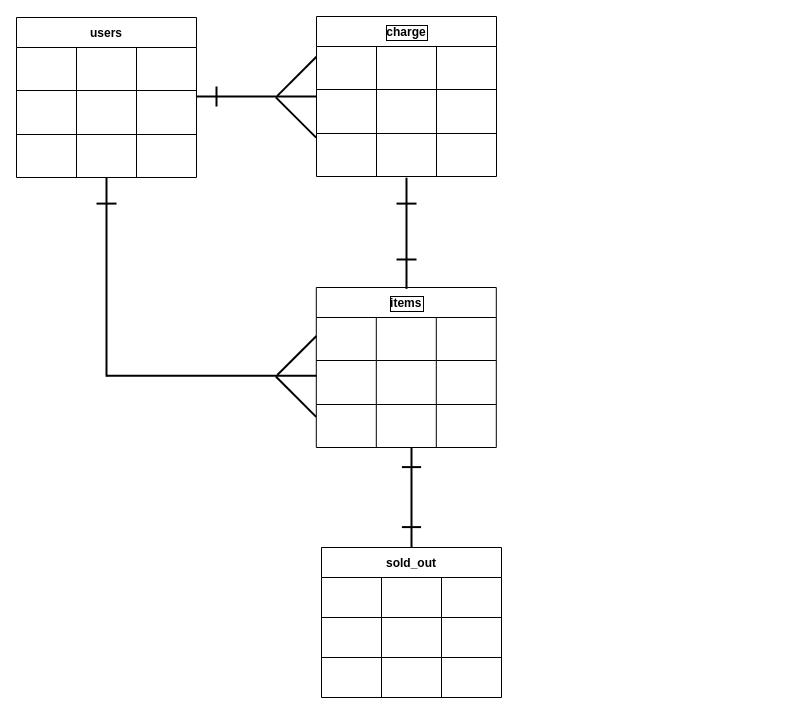
TygFF11/furima-37250 keeps this draw.io diagram as test.dio. Above is the earlier version. Source tidied: cells renumbered, new cells numbered last; positions are measured from the earlier drawing's top-left corner, leaving out a move shared by most shapes. Both pictures are drawn from the tidied source at 100%, with x=0, y=0 at pixel (16, 16).
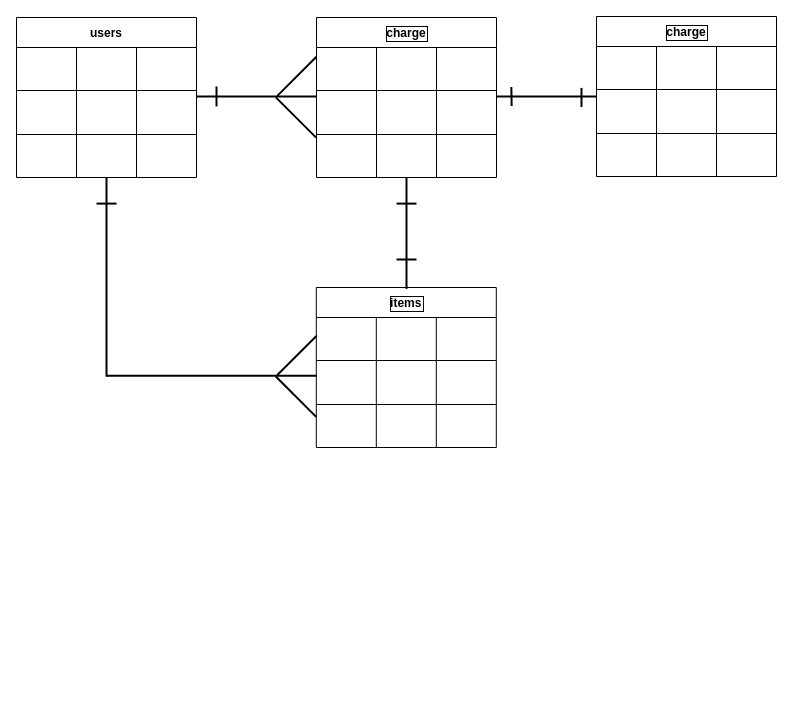
Above is the later version.

Commit message:
データベース設計　続き

Change to the diagram source:
```diff
@@
     <mxCell id="29" value="charge" style="shape=table;startSize=30;childLayout=tableLayout;fontStyle=1;align=center;labelBorderColor=#000000;" parent="1" vertex="1">
-      <mxGeometry x="300" width="180" height="160" as="geometry" />
+      <mxGeometry x="300" y="1" width="180" height="160" as="geometry" />
     </mxCell>
@@
-    <mxCell id="53" value="sold_out" style="shape=table;startSize=30;childLayout=tableLayout;fontStyle=1;align=center;" parent="1" vertex="1">
-      <mxGeometry x="305" y="531" width="180" height="150" as="geometry" />
-    </mxCell>
-    <mxCell id="54" style="shape=partialRectangle;html=1;whiteSpace=wrap;fillColor=none;top=0;left=0;bottom=0;right=0;" parent="53" vertex="1">
-      <mxGeometry y="30" width="180" height="40" as="geometry" />
-    </mxCell>
-    <mxCell id="55" style="shape=partialRectangle;html=1;whiteSpace=wrap;fillColor=none;top=0;left=0;bottom=0;right=0;overflow=hidden;" parent="54" vertex="1">
-      <mxGeometry width="60" height="40" as="geometry" />
-    </mxCell>
-    <mxCell id="56" style="shape=partialRectangle;html=1;whiteSpace=wrap;fillColor=none;top=0;left=0;bottom=0;right=0;overflow=hidden;" parent="54" vertex="1">
-      <mxGeometry x="60" width="60" height="40" as="geometry" />
-    </mxCell>
-    <mxCell id="57" style="shape=partialRectangle;html=1;whiteSpace=wrap;fillColor=none;top=0;left=0;bottom=0;right=0;overflow=hidden;" parent="54" vertex="1">
-      <mxGeometry x="120" width="60" height="40" as="geometry" />
-    </mxCell>
-    <mxCell id="58" style="shape=partialRectangle;html=1;whiteSpace=wrap;fillColor=none;top=0;left=0;bottom=0;right=0;" parent="53" vertex="1">
-      <mxGeometry y="70" width="180" height="40" as="geometry" />
-    </mxCell>
-    <mxCell id="59" style="shape=partialRectangle;html=1;whiteSpace=wrap;fillColor=none;top=0;left=0;bottom=0;right=0;overflow=hidden;" parent="58" vertex="1">
-      <mxGeometry width="60" height="40" as="geometry" />
-    </mxCell>
-    <mxCell id="60" style="shape=partialRectangle;html=1;whiteSpace=wrap;fillColor=none;top=0;left=0;bottom=0;right=0;overflow=hidden;" parent="58" vertex="1">
-      <mxGeometry x="60" width="60" height="40" as="geometry" />
-    </mxCell>
-    <mxCell id="61" style="shape=partialRectangle;html=1;whiteSpace=wrap;fillColor=none;top=0;left=0;bottom=0;right=0;overflow=hidden;" parent="58" vertex="1">
-      <mxGeometry x="120" width="60" height="40" as="geometry" />
-    </mxCell>
-    <mxCell id="62" style="shape=partialRectangle;html=1;whiteSpace=wrap;fillColor=none;top=0;left=0;bottom=0;right=0;" parent="53" vertex="1">
-      <mxGeometry y="110" width="180" height="40" as="geometry" />
-    </mxCell>
-    <mxCell id="63" style="shape=partialRectangle;html=1;whiteSpace=wrap;fillColor=none;top=0;left=0;bottom=0;right=0;overflow=hidden;" parent="62" vertex="1">
-      <mxGeometry width="60" height="40" as="geometry" />
-    </mxCell>
-    <mxCell id="64" style="shape=partialRectangle;html=1;whiteSpace=wrap;fillColor=none;top=0;left=0;bottom=0;right=0;overflow=hidden;" parent="62" vertex="1">
-      <mxGeometry x="60" width="60" height="40" as="geometry" />
-    </mxCell>
-    <mxCell id="65" style="shape=partialRectangle;html=1;whiteSpace=wrap;fillColor=none;top=0;left=0;bottom=0;right=0;overflow=hidden;" parent="62" vertex="1">
-      <mxGeometry x="120" width="60" height="40" as="geometry" />
-    </mxCell>
-    <mxCell id="66" style="line;strokeWidth=2;direction=south;html=1;rotation=-180;" parent="1" vertex="1">
-      <mxGeometry x="390" y="431" width="10" height="100" as="geometry" />
+    <mxCell id="66" style="line;strokeWidth=2;direction=south;html=1;rotation=90;" parent="1" vertex="1">
+      <mxGeometry x="525" y="30" width="10" height="100" as="geometry" />
     </mxCell>
-    <mxCell id="67" style="line;strokeWidth=2;direction=south;html=1;rotation=90;" parent="1" vertex="1">
-      <mxGeometry x="390" y="501" width="10" height="19.2" as="geometry" />
+    <mxCell id="67" style="line;strokeWidth=2;direction=south;html=1;rotation=-180;" parent="1" vertex="1">
+      <mxGeometry x="560" y="71.4" width="10" height="19.2" as="geometry" />
     </mxCell>
-    <mxCell id="68" style="line;strokeWidth=2;direction=south;html=1;rotation=90;" parent="1" vertex="1">
-      <mxGeometry x="390" y="441" width="10" height="19.2" as="geometry" />
+    <mxCell id="68" style="line;strokeWidth=2;direction=south;html=1;rotation=-181;" parent="1" vertex="1">
+      <mxGeometry x="465" y="70.4" width="60" height="19.2" as="geometry" />
     </mxCell>
+    <mxCell id="69" value="charge" style="shape=table;startSize=30;childLayout=tableLayout;fontStyle=1;align=center;labelBorderColor=#000000;" parent="1" vertex="1">
+      <mxGeometry x="580" width="180" height="160" as="geometry" />
+    </mxCell>
+    <mxCell id="70" style="shape=partialRectangle;html=1;whiteSpace=wrap;fillColor=none;top=0;left=0;bottom=0;right=0;" parent="69" vertex="1">
+      <mxGeometry y="30" width="180" height="43" as="geometry" />
+    </mxCell>
+    <mxCell id="71" style="shape=partialRectangle;html=1;whiteSpace=wrap;fillColor=none;top=0;left=0;bottom=0;right=0;overflow=hidden;" parent="70" vertex="1">
+      <mxGeometry width="60" height="43" as="geometry" />
+    </mxCell>
+    <mxCell id="72" style="shape=partialRectangle;html=1;whiteSpace=wrap;fillColor=none;top=0;left=0;bottom=0;right=0;overflow=hidden;" parent="70" vertex="1">
+      <mxGeometry x="60" width="60" height="43" as="geometry" />
+    </mxCell>
+    <mxCell id="73" style="shape=partialRectangle;html=1;whiteSpace=wrap;fillColor=none;top=0;left=0;bottom=0;right=0;overflow=hidden;" parent="70" vertex="1">
+      <mxGeometry x="120" width="60" height="43" as="geometry" />
+    </mxCell>
+    <mxCell id="74" style="shape=partialRectangle;html=1;whiteSpace=wrap;fillColor=none;top=0;left=0;bottom=0;right=0;" parent="69" vertex="1">
+      <mxGeometry y="73" width="180" height="44" as="geometry" />
+    </mxCell>
+    <mxCell id="75" style="shape=partialRectangle;html=1;whiteSpace=wrap;fillColor=none;top=0;left=0;bottom=0;right=0;overflow=hidden;" parent="74" vertex="1">
+      <mxGeometry width="60" height="44" as="geometry" />
+    </mxCell>
+    <mxCell id="76" style="shape=partialRectangle;html=1;whiteSpace=wrap;fillColor=none;top=0;left=0;bottom=0;right=0;overflow=hidden;" parent="74" vertex="1">
+      <mxGeometry x="60" width="60" height="44" as="geometry" />
+    </mxCell>
+    <mxCell id="77" style="shape=partialRectangle;html=1;whiteSpace=wrap;fillColor=none;top=0;left=0;bottom=0;right=0;overflow=hidden;" parent="74" vertex="1">
+      <mxGeometry x="120" width="60" height="44" as="geometry" />
+    </mxCell>
+    <mxCell id="78" style="shape=partialRectangle;html=1;whiteSpace=wrap;fillColor=none;top=0;left=0;bottom=0;right=0;" parent="69" vertex="1">
+      <mxGeometry y="117" width="180" height="43" as="geometry" />
+    </mxCell>
+    <mxCell id="79" style="shape=partialRectangle;html=1;whiteSpace=wrap;fillColor=none;top=0;left=0;bottom=0;right=0;overflow=hidden;" parent="78" vertex="1">
+      <mxGeometry width="60" height="43" as="geometry" />
+    </mxCell>
+    <mxCell id="80" style="shape=partialRectangle;html=1;whiteSpace=wrap;fillColor=none;top=0;left=0;bottom=0;right=0;overflow=hidden;" parent="78" vertex="1">
+      <mxGeometry x="60" width="60" height="43" as="geometry" />
+    </mxCell>
+    <mxCell id="81" style="shape=partialRectangle;html=1;whiteSpace=wrap;fillColor=none;top=0;left=0;bottom=0;right=0;overflow=hidden;" parent="78" vertex="1">
+      <mxGeometry x="120" width="60" height="43" as="geometry" />
+    </mxCell>
```
